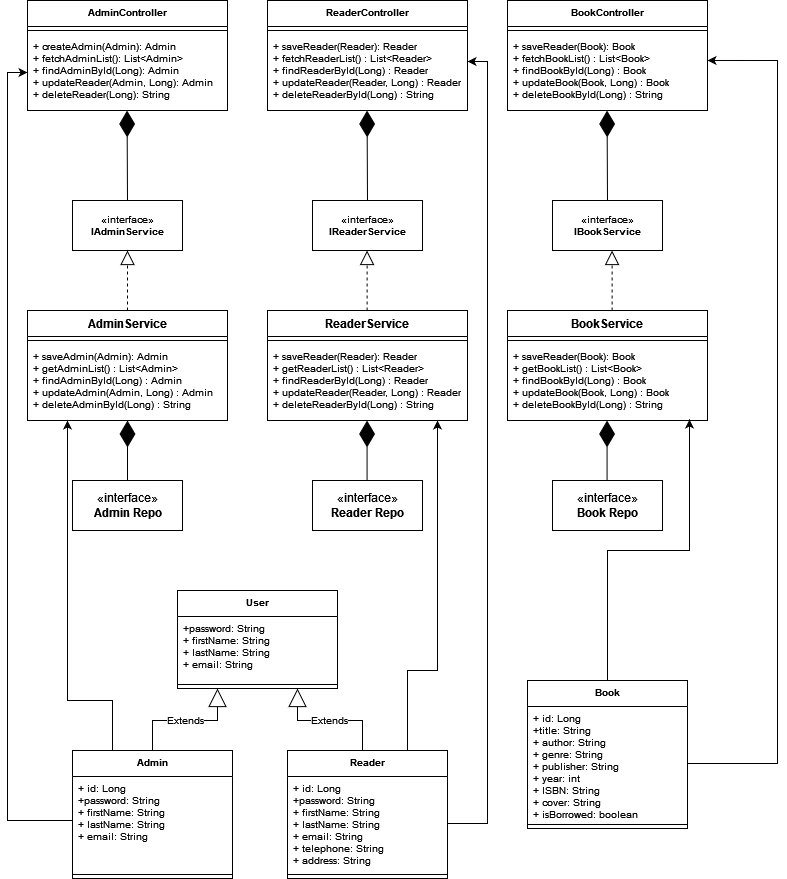
The draw.io diagram UML Diagram.png in MPasca/OnlineLb, before a commit. Source tidied: cells renumbered, new cells last; positions are measured from the earlier drawing's top-left corner, leaving out a move shared by most shapes.
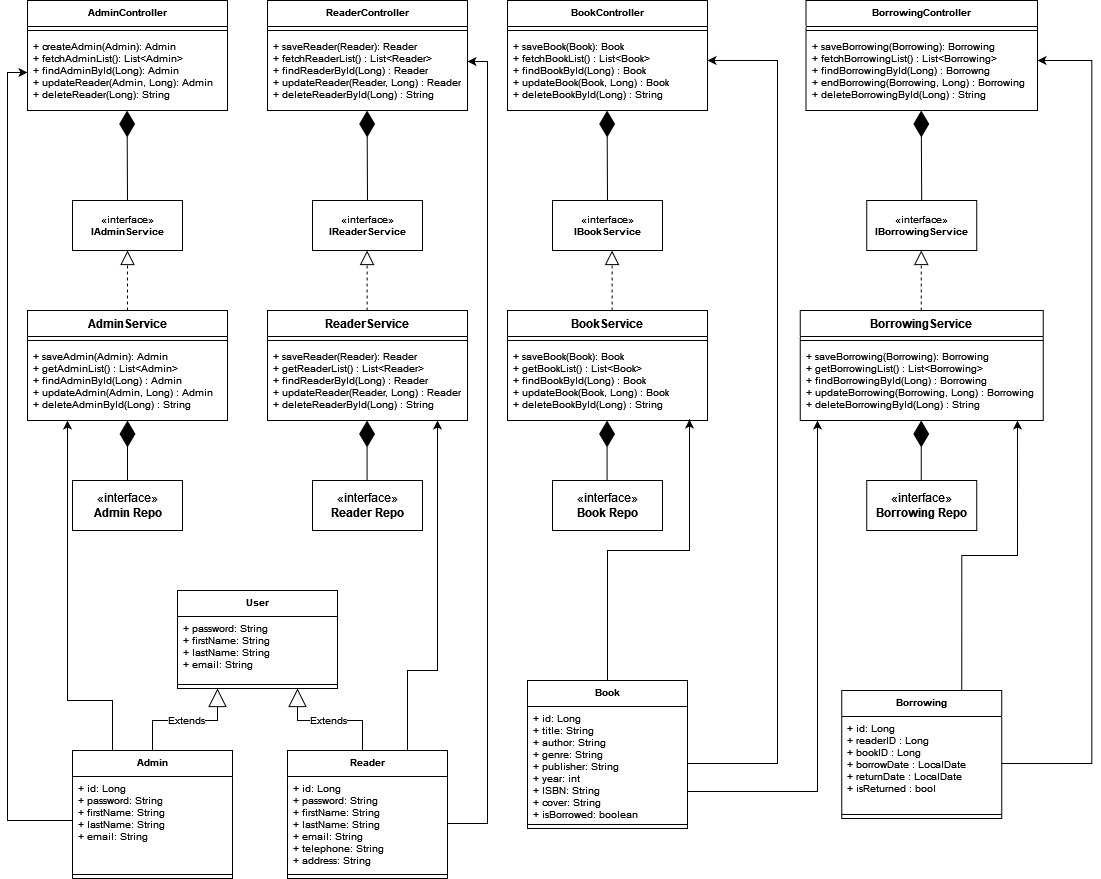
The same file after the commit.

Diff of the diagram source:
```diff
@@ -35,7 +35,7 @@
     <mxCell id="12" style="line;strokeWidth=1;fillColor=none;align=left;verticalAlign=middle;spacingTop=-1;spacingLeft=3;spacingRight=3;labelPosition=right;" parent="11" vertex="1">
       <mxGeometry y="26" width="200" height="8" as="geometry" />
     </mxCell>
-    <mxCell id="13" value="+ saveReader(Book): Book&#10;+ getBookList() : List&lt;Book&gt;&#10;+ findBookById(Long) : Book&#10;+ updateBook(Book, Long) : Book&#10;+ deleteBookById(Long) : String&#10;" style="text;strokeColor=none;fillColor=none;align=left;verticalAlign=top;spacingLeft=4;spacingRight=4;overflow=hidden;points=[[0,0.5],[1,0.5]];portConstraint=eastwest;fontSize=10;" parent="11" vertex="1">
+    <mxCell id="13" value="+ saveBook(Book): Book&#10;+ getBookList() : List&lt;Book&gt;&#10;+ findBookById(Long) : Book&#10;+ updateBook(Book, Long) : Book&#10;+ deleteBookById(Long) : String&#10;" style="text;strokeColor=none;fillColor=none;align=left;verticalAlign=top;spacingLeft=4;spacingRight=4;overflow=hidden;points=[[0,0.5],[1,0.5]];portConstraint=eastwest;fontSize=10;" parent="11" vertex="1">
       <mxGeometry y="34" width="200" height="76" as="geometry" />
     </mxCell>
     <mxCell id="14" value="«interface»&lt;br&gt;&lt;b&gt;IAdminService&lt;/b&gt;" style="html=1;fontSize=10;" parent="1" vertex="1">
@@ -71,7 +71,7 @@
     <mxCell id="24" style="line;strokeWidth=1;fillColor=none;align=left;verticalAlign=middle;spacingTop=-1;spacingLeft=3;spacingRight=3;labelPosition=right;fontSize=10;" parent="23" vertex="1">
       <mxGeometry y="26" width="200" height="8" as="geometry" />
     </mxCell>
-    <mxCell id="25" value="+ saveReader(Book): Book&#10;+ fetchBookList() : List&lt;Book&gt;&#10;+ findBookById(Long) : Book&#10;+ updateBook(Book, Long) : Book&#10;+ deleteBookById(Long) : String&#10;&#10;&#10;" style="text;strokeColor=none;fillColor=none;align=left;verticalAlign=top;spacingLeft=4;spacingRight=4;overflow=hidden;points=[[0,0.5],[1,0.5]];portConstraint=eastwest;fontSize=10;" parent="23" vertex="1">
+    <mxCell id="25" value="+ saveBook(Book): Book&#10;+ fetchBookList() : List&lt;Book&gt;&#10;+ findBookById(Long) : Book&#10;+ updateBook(Book, Long) : Book&#10;+ deleteBookById(Long) : String&#10;&#10;&#10;" style="text;strokeColor=none;fillColor=none;align=left;verticalAlign=top;spacingLeft=4;spacingRight=4;overflow=hidden;points=[[0,0.5],[1,0.5]];portConstraint=eastwest;fontSize=10;" parent="23" vertex="1">
       <mxGeometry y="34" width="200" height="76" as="geometry" />
     </mxCell>
     <mxCell id="26" style="endArrow=diamondThin;endFill=1;endSize=24;html=1;rounded=0;fontSize=10;exitX=0.5;exitY=0;exitDx=0;exitDy=0;entryX=0.5;entryY=1;entryDx=0;entryDy=0;entryPerimeter=0;" parent="1" edge="1" source="2" target="7">
@@ -124,7 +124,7 @@
     <mxCell id="34" value="Admin" style="swimlane;fontStyle=1;align=center;verticalAlign=top;horizontal=1;startSize=26;fontSize=10;" parent="1" vertex="1">
       <mxGeometry x="65" y="750" width="160" height="128" as="geometry" />
     </mxCell>
-    <mxCell id="35" value="+ id: Long&#10;+password: String&#10;+ firstName: String&#10;+ lastName: String&#10;+ email: String&#10;" style="text;strokeColor=none;fillColor=none;align=left;verticalAlign=top;spacingLeft=4;spacingRight=4;overflow=hidden;points=[[0,0.5],[1,0.5]];portConstraint=eastwest;fontSize=10;" parent="34" vertex="1">
+    <mxCell id="35" value="+ id: Long&#10;+ password: String&#10;+ firstName: String&#10;+ lastName: String&#10;+ email: String&#10;" style="text;strokeColor=none;fillColor=none;align=left;verticalAlign=top;spacingLeft=4;spacingRight=4;overflow=hidden;points=[[0,0.5],[1,0.5]];portConstraint=eastwest;fontSize=10;" parent="34" vertex="1">
       <mxGeometry y="26" width="160" height="94" as="geometry" />
     </mxCell>
     <mxCell id="36" style="line;strokeWidth=1;fillColor=none;align=left;verticalAlign=middle;spacingTop=-1;spacingLeft=3;spacingRight=3;labelPosition=right;fontSize=10;" parent="34" vertex="1">
@@ -133,7 +133,7 @@
     <mxCell id="37" value="User" style="swimlane;fontStyle=1;align=center;verticalAlign=top;horizontal=1;startSize=26;fontSize=10;" parent="1" vertex="1">
       <mxGeometry x="170" y="590" width="160" height="98" as="geometry" />
     </mxCell>
-    <mxCell id="38" value="+password: String&#10;+ firstName: String&#10;+ lastName: String&#10;+ email: String&#10;" style="text;strokeColor=none;fillColor=none;align=left;verticalAlign=top;spacingLeft=4;spacingRight=4;overflow=hidden;fontSize=10;" parent="37" vertex="1">
+    <mxCell id="38" value="+ password: String&#10;+ firstName: String&#10;+ lastName: String&#10;+ email: String&#10;" style="text;strokeColor=none;fillColor=none;align=left;verticalAlign=top;spacingLeft=4;spacingRight=4;overflow=hidden;fontSize=10;" parent="37" vertex="1">
       <mxGeometry y="26" width="160" height="64" as="geometry" />
     </mxCell>
     <mxCell id="39" style="line;strokeWidth=1;fillColor=none;align=left;verticalAlign=middle;spacingTop=-1;spacingLeft=3;spacingRight=3;labelPosition=right;fontSize=10;" parent="37" vertex="1">
@@ -160,10 +160,13 @@
     <mxCell id="42" style="edgeStyle=orthogonalEdgeStyle;rounded=0;jettySize=auto;html=1;exitX=0.5;exitY=0;exitDx=0;exitDy=0;entryX=0.91;entryY=0.987;entryDx=0;entryDy=0;entryPerimeter=0;fontSize=10;" parent="1" edge="1" source="43" target="13">
       <mxGeometry relative="1" as="geometry" />
     </mxCell>
+    <mxCell id="55" style="edgeStyle=orthogonalEdgeStyle;rounded=0;jettySize=auto;html=1;exitX=1;exitY=0.75;exitDx=0;exitDy=0;entryX=0.071;entryY=1;entryDx=0;entryDy=0;entryPerimeter=0;" parent="1" edge="1" source="43" target="63">
+      <mxGeometry relative="1" as="geometry" />
+    </mxCell>
     <mxCell id="43" value="Book" style="swimlane;fontStyle=1;align=center;verticalAlign=top;horizontal=1;startSize=26;fontSize=10;" parent="1" vertex="1">
       <mxGeometry x="520" y="680" width="160" height="148" as="geometry" />
     </mxCell>
-    <mxCell id="44" value="+ id: Long&#10;+title: String&#10;+ author: String&#10;+ genre: String&#10;+ publisher: String&#10;+ year: int&#10;+ ISBN: String&#10;+ cover: String&#10;+ isBorrowed: boolean&#10;&#10;" style="text;strokeColor=none;fillColor=none;align=left;verticalAlign=top;spacingLeft=4;spacingRight=4;overflow=hidden;points=[[0,0.5],[1,0.5]];portConstraint=eastwest;fontSize=10;" parent="43" vertex="1">
+    <mxCell id="44" value="+ id: Long&#10;+ title: String&#10;+ author: String&#10;+ genre: String&#10;+ publisher: String&#10;+ year: int&#10;+ ISBN: String&#10;+ cover: String&#10;+ isBorrowed: boolean&#10;&#10;" style="text;strokeColor=none;fillColor=none;align=left;verticalAlign=top;spacingLeft=4;spacingRight=4;overflow=hidden;points=[[0,0.5],[1,0.5]];portConstraint=eastwest;fontSize=10;" parent="43" vertex="1">
       <mxGeometry y="26" width="160" height="114" as="geometry" />
     </mxCell>
     <mxCell id="45" style="line;strokeWidth=1;fillColor=none;align=left;verticalAlign=middle;spacingTop=-1;spacingLeft=3;spacingRight=3;labelPosition=right;fontSize=10;" parent="43" vertex="1">
@@ -196,7 +199,7 @@
     <mxCell id="50" value="Reader" style="swimlane;fontStyle=1;align=center;verticalAlign=top;horizontal=1;startSize=26;fontSize=10;" parent="1" vertex="1">
       <mxGeometry x="280" y="750" width="160" height="128" as="geometry" />
     </mxCell>
-    <mxCell id="51" value="+ id: Long&#10;+password: String&#10;+ firstName: String&#10;+ lastName: String&#10;+ email: String&#10;+ telephone: String&#10;+ address: String&#10;" style="text;strokeColor=none;fillColor=none;align=left;verticalAlign=top;spacingLeft=4;spacingRight=4;overflow=hidden;points=[[0,0.5],[1,0.5]];portConstraint=eastwest;fontSize=10;" parent="50" vertex="1">
+    <mxCell id="51" value="+ id: Long&#10;+ password: String&#10;+ firstName: String&#10;+ lastName: String&#10;+ email: String&#10;+ telephone: String&#10;+ address: String&#10;" style="text;strokeColor=none;fillColor=none;align=left;verticalAlign=top;spacingLeft=4;spacingRight=4;overflow=hidden;points=[[0,0.5],[1,0.5]];portConstraint=eastwest;fontSize=10;" parent="50" vertex="1">
       <mxGeometry y="26" width="160" height="94" as="geometry" />
     </mxCell>
     <mxCell id="52" style="line;strokeWidth=1;fillColor=none;align=left;verticalAlign=middle;spacingTop=-1;spacingLeft=3;spacingRight=3;labelPosition=right;fontSize=10;" parent="50" vertex="1">
@@ -219,5 +222,69 @@
         </Array>
       </mxGeometry>
     </mxCell>
+    <mxCell id="56" style="edgeStyle=orthogonalEdgeStyle;rounded=0;jettySize=auto;html=1;exitX=0.75;exitY=0;exitDx=0;exitDy=0;entryX=0.894;entryY=1;entryDx=0;entryDy=0;entryPerimeter=0;" parent="1" edge="1" source="57" target="63">
+      <mxGeometry relative="1" as="geometry" />
+    </mxCell>
+    <mxCell id="57" value="Borrowing" style="swimlane;fontStyle=1;align=center;verticalAlign=top;horizontal=1;startSize=26;fontSize=10;" parent="1" vertex="1">
+      <mxGeometry x="834.2" y="690" width="160" height="128" as="geometry" />
+    </mxCell>
+    <mxCell id="58" value="+ id: Long&#10;+ readerID : Long&#10;+ bookID : Long&#10;+ borrowDate : LocalDate&#10;+ returnDate : LocalDate&#10;+ isReturned : bool&#10;&#10;" style="text;strokeColor=none;fillColor=none;align=left;verticalAlign=top;spacingLeft=4;spacingRight=4;overflow=hidden;fontSize=10;" parent="57" vertex="1">
+      <mxGeometry y="26" width="160" height="94" as="geometry" />
+    </mxCell>
+    <mxCell id="59" style="line;strokeWidth=1;fillColor=none;align=left;verticalAlign=middle;spacingTop=-1;spacingLeft=3;spacingRight=3;labelPosition=right;fontSize=10;" parent="57" vertex="1">
+      <mxGeometry y="120" width="160" height="8" as="geometry" />
+    </mxCell>
+    <mxCell id="60" value="«interface»&lt;b&gt;&lt;br&gt;Borrowing Repo&lt;/b&gt;" style="html=1;" parent="1" vertex="1">
+      <mxGeometry x="859.2" y="480" width="110" height="50" as="geometry" />
+    </mxCell>
+    <mxCell id="61" value="BorrowingService" style="swimlane;fontStyle=1;align=center;verticalAlign=top;horizontal=1;startSize=26;" parent="1" vertex="1">
+      <mxGeometry x="792.8" y="310" width="243" height="110" as="geometry" />
+    </mxCell>
+    <mxCell id="62" style="line;strokeWidth=1;fillColor=none;align=left;verticalAlign=middle;spacingTop=-1;spacingLeft=3;spacingRight=3;labelPosition=right;" parent="61" vertex="1">
+      <mxGeometry y="26" width="243" height="8" as="geometry" />
+    </mxCell>
+    <mxCell id="63" value="+ saveBorrowing(Borrowing): Borrowing&#10;+ getBorrowingList() : List&lt;Borrowing&gt;&#10;+ findBorrowingById(Long) : Borrowing&#10;+ updateBorrowing(Borrowing, Long) : Borrowing&#10;+ deleteBorrowingById(Long) : String&#10;" style="text;strokeColor=none;fillColor=none;align=left;verticalAlign=top;spacingLeft=4;spacingRight=4;overflow=hidden;points=[[0,0.5],[1,0.5]];portConstraint=eastwest;fontSize=10;" parent="61" vertex="1">
+      <mxGeometry y="34" width="243" height="76" as="geometry" />
+    </mxCell>
+    <mxCell id="64" value="«interface»&lt;br&gt;&lt;b&gt;IBorrowingService&lt;/b&gt;" style="html=1;fontSize=10;" parent="1" vertex="1">
+      <mxGeometry x="859.2" y="200" width="110" height="50" as="geometry" />
+    </mxCell>
+    <mxCell id="65" value="BorrowingController" style="swimlane;fontStyle=1;align=center;verticalAlign=top;horizontal=1;startSize=26;fontSize=10;" parent="1" vertex="1">
+      <mxGeometry x="798.5" width="231.5" height="110" as="geometry" />
+    </mxCell>
+    <mxCell id="66" style="line;strokeWidth=1;fillColor=none;align=left;verticalAlign=middle;spacingTop=-1;spacingLeft=3;spacingRight=3;labelPosition=right;fontSize=10;" parent="65" vertex="1">
+      <mxGeometry y="26" width="231.5" height="8" as="geometry" />
+    </mxCell>
+    <mxCell id="67" value="+ saveBorrowing(Borrowing): Borrowing&#10;+ fetchBorrowingList() : List&lt;Borrowing&gt;&#10;+ findBorrowingById(Long) : Borrowng&#10;+ endBorrowing(Borrowing, Long) : Borrowing&#10;+ deleteBorrowingById(Long) : String&#10;&#10;&#10;" style="text;strokeColor=none;fillColor=none;align=left;verticalAlign=top;spacingLeft=4;spacingRight=4;overflow=hidden;fontSize=10;" parent="65" vertex="1">
+      <mxGeometry y="34" width="231.5" height="76" as="geometry" />
+    </mxCell>
+    <mxCell id="68" style="endArrow=diamondThin;endFill=1;endSize=24;html=1;rounded=0;fontSize=10;exitX=0.5;exitY=0;exitDx=0;exitDy=0;entryX=0.5;entryY=1;entryDx=0;entryDy=0;entryPerimeter=0;" parent="1" edge="1">
+      <mxGeometry relative="1" as="geometry">
+        <mxPoint x="913.8" y="480" as="sourcePoint" />
+        <mxPoint x="913.8" y="420" as="targetPoint" />
+      </mxGeometry>
+    </mxCell>
+    <mxCell id="69" style="endArrow=block;dashed=1;endFill=0;endSize=12;html=1;rounded=0;fontSize=10;exitX=0.5;exitY=0;exitDx=0;exitDy=0;entryX=0.5;entryY=1;entryDx=0;entryDy=0;" parent="1" edge="1">
+      <mxGeometry relative="1" as="geometry">
+        <mxPoint x="913.8" y="310" as="sourcePoint" />
+        <mxPoint x="913.8" y="250" as="targetPoint" />
+      </mxGeometry>
+    </mxCell>
+    <mxCell id="70" style="endArrow=diamondThin;endFill=1;endSize=24;html=1;rounded=0;fontSize=10;exitX=0.5;exitY=0;exitDx=0;exitDy=0;entryX=0.5;entryY=1;entryDx=0;entryDy=0;entryPerimeter=0;" parent="1" edge="1">
+      <mxGeometry relative="1" as="geometry">
+        <mxPoint x="914.2" y="200" as="sourcePoint" />
+        <mxPoint x="913.8" y="110" as="targetPoint" />
+      </mxGeometry>
+    </mxCell>
+    <mxCell id="71" style="edgeStyle=orthogonalEdgeStyle;rounded=0;orthogonalLoop=1;jettySize=auto;html=1;exitX=1;exitY=0.5;exitDx=0;exitDy=0;fontSize=10;" parent="1" edge="1">
+      <mxGeometry relative="1" as="geometry">
+        <mxPoint x="994.2" y="763" as="sourcePoint" />
+        <mxPoint x="1030" y="60" as="targetPoint" />
+        <Array as="points">
+          <mxPoint x="1084.2" y="763" />
+          <mxPoint x="1084.2" y="60" />
+        </Array>
+      </mxGeometry>
+    </mxCell>
   </root>
 </mxGraphModel>
```
